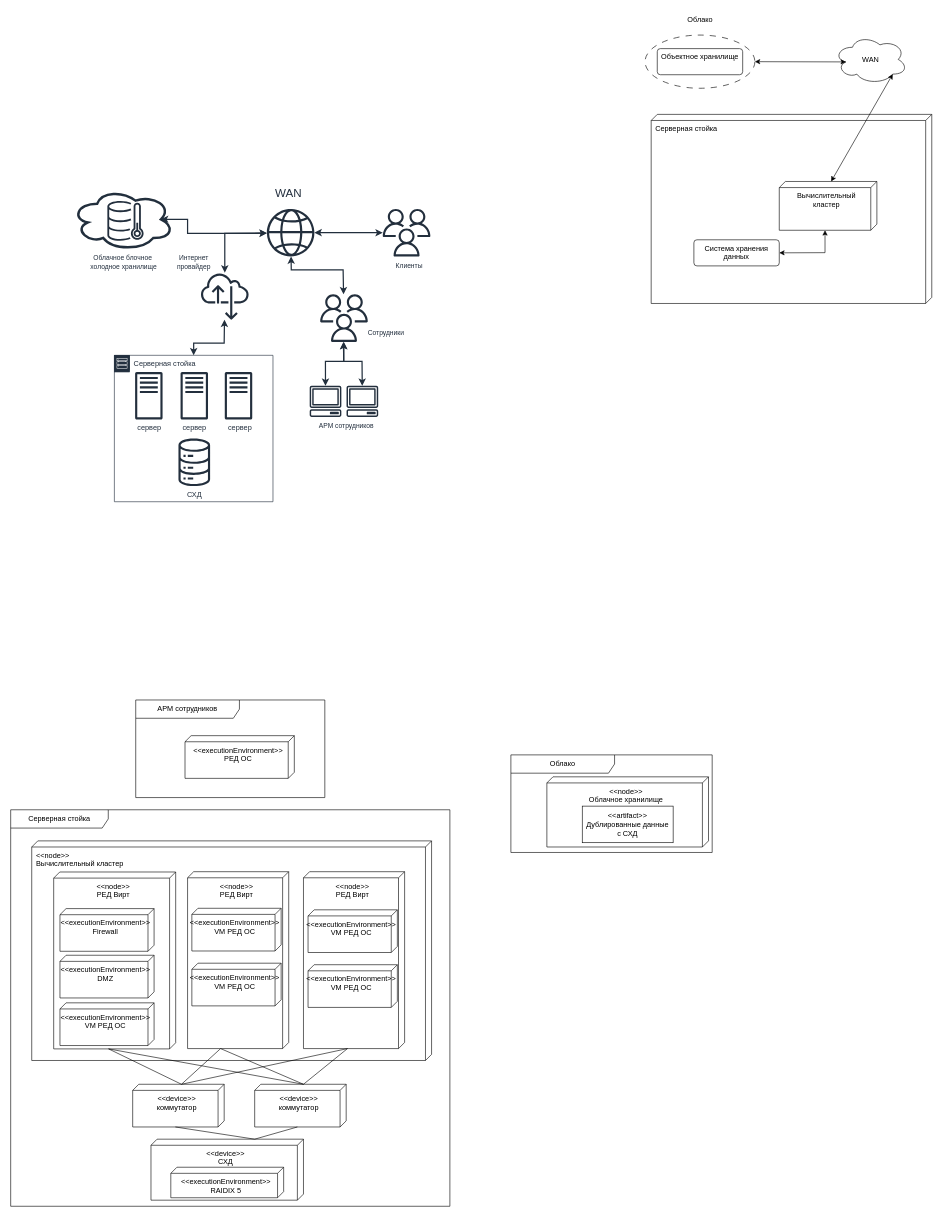
Earlier version of the draw.io diagram additional/all_in_one.drawio (leadfact/mirea_diploma). Source tidied: cells renumbered, new cells numbered last; positions are measured from the earlier drawing's top-left corner, leaving out a move shared by most shapes. Both pictures are drawn from the tidied source at 61%, with x=0, y=0 at pixel (10, 10).
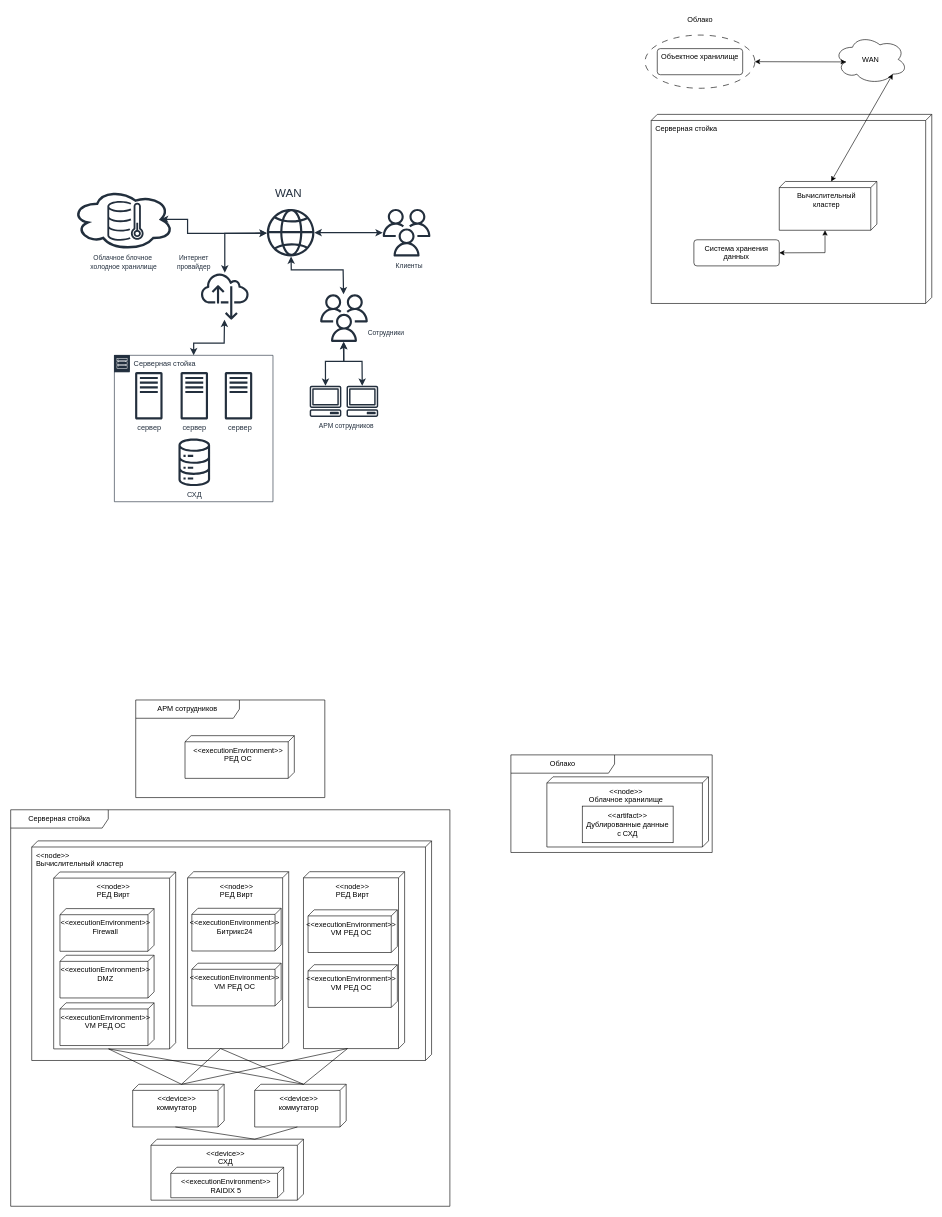
After the change.

Unchanged cells that the change refers to:
```xml
<mxCell id="35" value="&amp;lt;&amp;lt;node&amp;gt;&amp;gt;&lt;br&gt;Вычислительный кластер" style="verticalAlign=top;align=left;shape=cube;size=10;direction=south;fontStyle=0;html=1;boundedLbl=1;spacingLeft=5;whiteSpace=wrap;" parent="34" vertex="1">
  <mxGeometry x="34.5" y="51" width="655.5" height="360" as="geometry" />
</mxCell>
```

What changed in the source:
```diff
@@
-    <mxCell id="39" value="&amp;lt;&amp;lt;executionEnvironment&amp;gt;&amp;gt;&lt;br&gt;VM РЕД ОС" style="verticalAlign=top;align=center;shape=cube;size=10;direction=south;html=1;boundedLbl=1;spacingLeft=5;whiteSpace=wrap;" parent="35" vertex="1">
+    <mxCell id="39" value="&amp;lt;&amp;lt;executionEnvironment&amp;gt;&amp;gt;&lt;br&gt;Битрикс24" style="verticalAlign=top;align=center;shape=cube;size=10;direction=south;html=1;boundedLbl=1;spacingLeft=5;whiteSpace=wrap;" parent="35" vertex="1">
       <mxGeometry x="262.5" y="110.5" width="146.4" height="70" as="geometry" />
     </mxCell>
```
